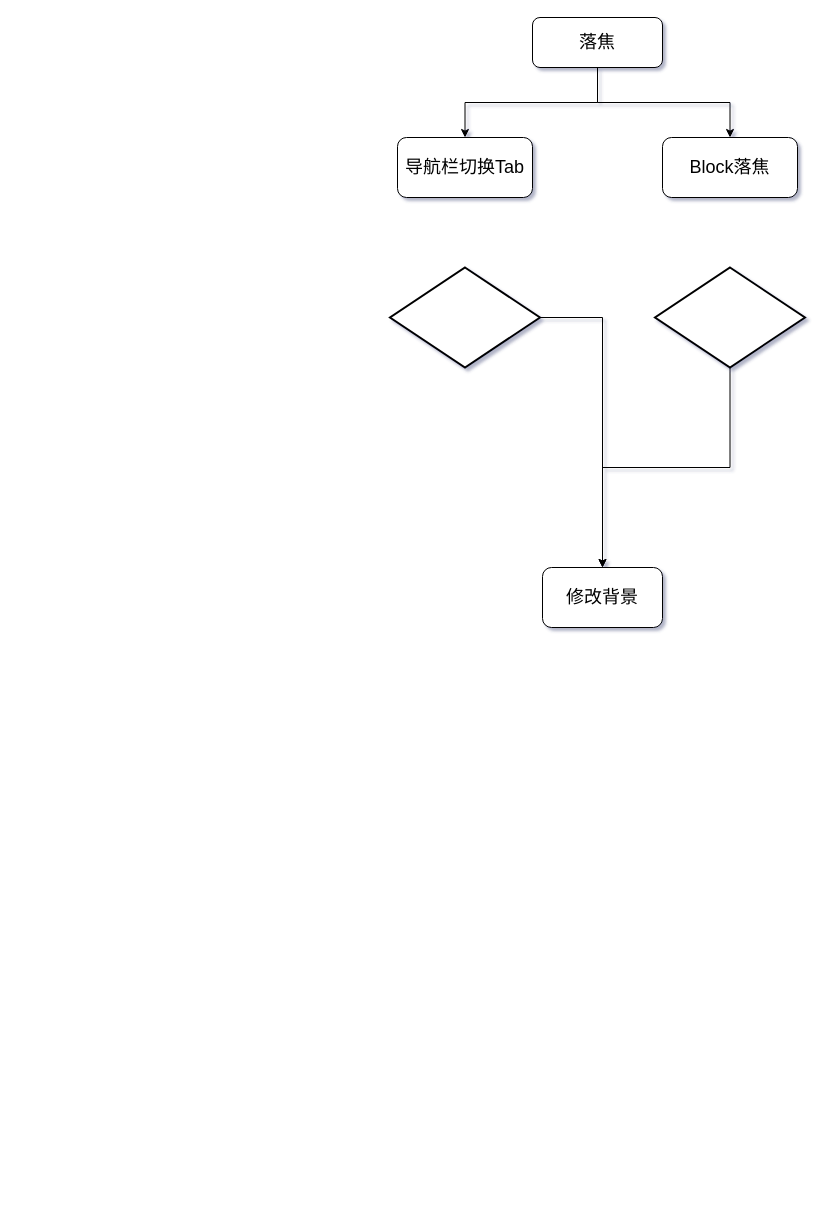
Iverson-Zhou/drawio keeps this draw.io diagram as files/主页背景逻辑.drawio. Above is the earlier version. Source tidied: cells renumbered, new cells numbered last; positions are measured from the earlier drawing's top-left corner, leaving out a move shared by most shapes. Both pictures are drawn from the tidied source at 100%, with x=0, y=0 at pixel (389, 17).
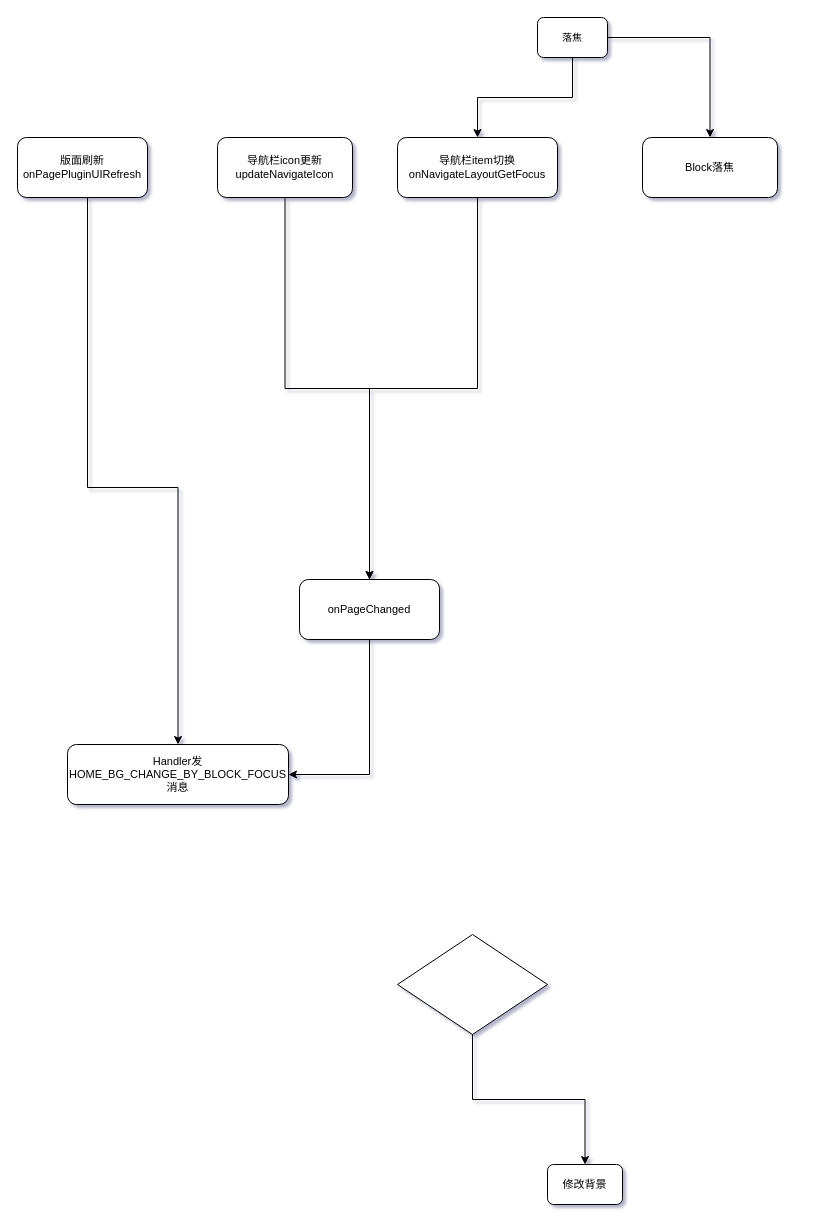
The same diagram, later.

Commit message:
Update 主页背景逻辑.drawio

What changed in the source:
```diff
@@
-    <mxCell id="3" style="strokeWidth=2;html=1;shape=mxgraph.flowchart.decision;whiteSpace=wrap;shadow=0;sketch=0;" parent="1" vertex="1">
-      <mxGeometry x="0.5" y="250" width="150" height="100" as="geometry" />
+    <mxCell id="3" style="strokeWidth=1;html=1;shape=mxgraph.flowchart.decision;whiteSpace=wrap;shadow=0;sketch=0;fontSize=11;" parent="1" vertex="1">
+      <mxGeometry x="8" y="917" width="150" height="100" as="geometry" />
     </mxCell>
+    <mxCell id="12" style="edgeStyle=orthogonalEdgeStyle;rounded=0;jettySize=auto;html=1;entryX=0.5;entryY=0;entryDx=0;entryDy=0;fontSize=11;" parent="1" edge="1" source="4" target="16">
+      <mxGeometry relative="1" as="geometry" />
+    </mxCell>
-    <mxCell id="4" value="&lt;font style=&quot;font-size: 18px&quot;&gt;导航栏切换Tab&lt;/font&gt;" style="rounded=1;whiteSpace=wrap;html=1;" parent="1" vertex="1">
-      <mxGeometry x="8" y="120" width="135" height="60" as="geometry" />
+    <mxCell id="4" value="&lt;font style=&quot;font-size: 11px&quot;&gt;导航栏item切换onNavigateLayoutGetFocus&lt;/font&gt;" style="rounded=1;whiteSpace=wrap;html=1;fontSize=11;" parent="1" vertex="1">
+      <mxGeometry x="8" y="120" width="160" height="60" as="geometry" />
     </mxCell>
-    <mxCell id="5" value="&lt;font style=&quot;font-size: 18px&quot;&gt;修改背景&lt;/font&gt;" style="rounded=1;whiteSpace=wrap;html=1;" parent="1" vertex="1">
-      <mxGeometry x="153" y="550" width="120" height="60" as="geometry" />
+    <mxCell id="5" value="&lt;font style=&quot;font-size: 11px&quot;&gt;修改背景&lt;/font&gt;" style="rounded=1;whiteSpace=wrap;html=1;strokeWidth=1;" parent="1" vertex="1">
+      <mxGeometry x="158" y="1147" width="75" height="40" as="geometry" />
     </mxCell>
-    <mxCell id="6" value="&lt;font style=&quot;font-size: 18px&quot;&gt;Block落焦&lt;/font&gt;" style="rounded=1;whiteSpace=wrap;html=1;" parent="1" vertex="1">
-      <mxGeometry x="273" y="120" width="135" height="60" as="geometry" />
+    <mxCell id="6" value="&lt;font style=&quot;font-size: 11px;&quot;&gt;Block落焦&lt;/font&gt;" style="rounded=1;whiteSpace=wrap;html=1;fontSize=11;" parent="1" vertex="1">
+      <mxGeometry x="253" y="120" width="135" height="60" as="geometry" />
     </mxCell>
@@
-    <mxCell id="9" value="&lt;font style=&quot;font-size: 18px&quot;&gt;落焦&lt;/font&gt;" style="rounded=1;whiteSpace=wrap;html=1;" parent="1" vertex="1">
-      <mxGeometry x="143" width="130" height="50" as="geometry" />
+    <mxCell id="9" value="&lt;font style=&quot;font-size: 10px&quot;&gt;落焦&lt;/font&gt;" style="rounded=1;whiteSpace=wrap;html=1;" parent="1" vertex="1">
+      <mxGeometry x="148" width="70" height="40" as="geometry" />
     </mxCell>
-    <mxCell id="10" style="edgeStyle=orthogonalEdgeStyle;rounded=0;jettySize=auto;html=1;fontSize=18;" parent="1" edge="1" source="11" target="5">
-      <mxGeometry relative="1" as="geometry" />
-    </mxCell>
-    <mxCell id="11" style="strokeWidth=2;html=1;shape=mxgraph.flowchart.decision;whiteSpace=wrap;shadow=0;sketch=0;" parent="1" vertex="1">
-      <mxGeometry x="265.5" y="250" width="150" height="100" as="geometry" />
-    </mxCell>
+    <mxCell id="13" style="edgeStyle=orthogonalEdgeStyle;rounded=0;jettySize=auto;html=1;fontSize=11;exitX=0.5;exitY=1;exitDx=0;exitDy=0;" parent="1" edge="1" source="16" target="19">
+      <mxGeometry relative="1" as="geometry">
+        <Array as="points">
+          <mxPoint x="-20" y="757" />
+        </Array>
+      </mxGeometry>
+    </mxCell>
+    <mxCell id="14" style="edgeStyle=orthogonalEdgeStyle;rounded=0;jettySize=auto;html=1;entryX=0.5;entryY=0;entryDx=0;entryDy=0;fontSize=11;" parent="1" edge="1" source="15" target="16">
+      <mxGeometry relative="1" as="geometry" />
+    </mxCell>
+    <mxCell id="15" value="&lt;font style=&quot;font-size: 11px&quot;&gt;导航栏icon更新updateNavigateIcon&lt;/font&gt;" style="rounded=1;whiteSpace=wrap;html=1;fontSize=11;" parent="1" vertex="1">
+      <mxGeometry x="-172" y="120" width="135" height="60" as="geometry" />
+    </mxCell>
+    <mxCell id="16" value="&lt;font style=&quot;font-size: 11px;&quot;&gt;onPageChanged&lt;/font&gt;" style="rounded=1;whiteSpace=wrap;html=1;fontSize=11;" parent="1" vertex="1">
+      <mxGeometry x="-90" y="562" width="140" height="60" as="geometry" />
+    </mxCell>
+    <mxCell id="17" style="edgeStyle=orthogonalEdgeStyle;rounded=0;jettySize=auto;html=1;fontSize=11;entryX=0.5;entryY=0;entryDx=0;entryDy=0;" parent="1" edge="1" source="18" target="19">
+      <mxGeometry relative="1" as="geometry">
+        <Array as="points">
+          <mxPoint x="-302" y="470" />
+          <mxPoint x="-211" y="470" />
+        </Array>
+      </mxGeometry>
+    </mxCell>
+    <mxCell id="18" value="版面刷新&lt;br&gt;onPagePluginUIRefresh" style="rounded=1;whiteSpace=wrap;html=1;fontSize=11;strokeWidth=1;" parent="1" vertex="1">
+      <mxGeometry x="-372" y="120" width="130" height="60" as="geometry" />
+    </mxCell>
+    <mxCell id="19" value="&lt;span style=&quot;background-color: rgb(255 , 255 , 255)&quot;&gt;Handler发HOME_BG_CHANGE_BY_BLOCK_FOCUS消息&lt;/span&gt;" style="rounded=1;whiteSpace=wrap;html=1;fontSize=11;strokeWidth=1;" parent="1" vertex="1">
+      <mxGeometry x="-322" y="727" width="221" height="60" as="geometry" />
+    </mxCell>
```
